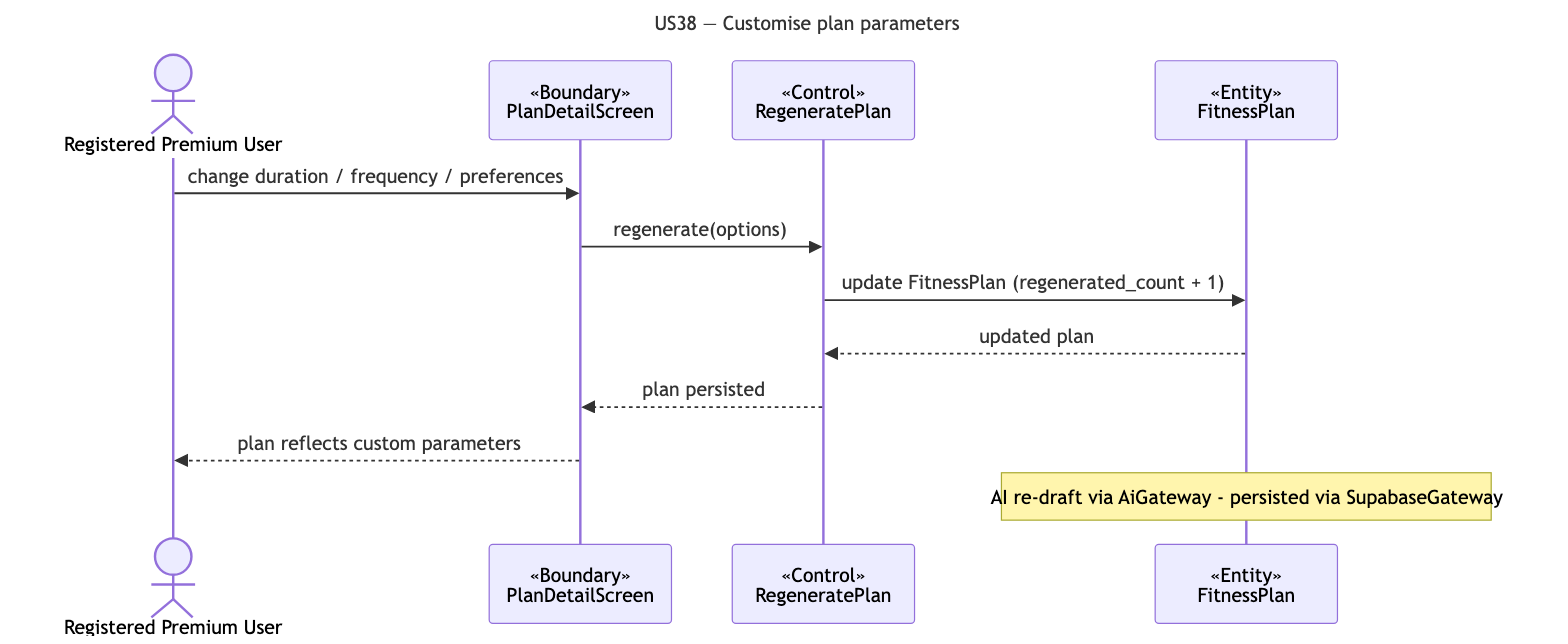
This is docs/deliverables/sequence-diagrams/US38-customise-plan.png from cyuanjun/FYP-26-S2-37-app, a Mermaid export, as it was before one commit. Its source is kept beside it as docs/deliverables/sequence-diagrams/src/US38-customise-plan.mmd.
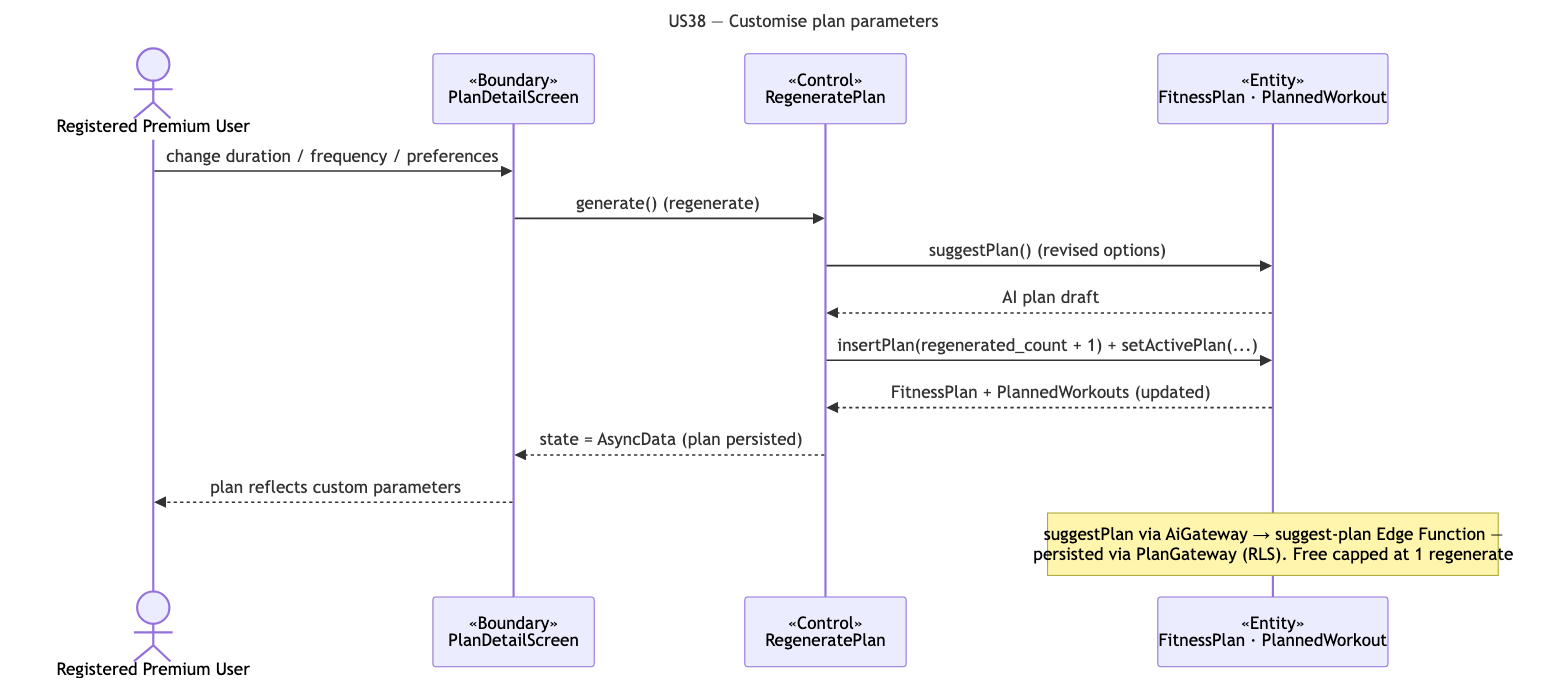
The same file after the commit.

The edit, as a diff of the source:
```diff
@@ -5,11 +5,13 @@
   actor A as Registered Premium User
   participant B as «Boundary»<br/>PlanDetailScreen
   participant C as «Control»<br/>RegeneratePlan
-  participant E as «Entity»<br/>FitnessPlan
+  participant E as «Entity»<br/>FitnessPlan · PlannedWorkout
   A->>B: change duration / frequency / preferences
-  B->>C: regenerate(options)
-  C->>E: update FitnessPlan (regenerated_count + 1)
-  E-->>C: updated plan
-  C-->>B: plan persisted
+  B->>C: generate() (regenerate)
+  C->>E: suggestPlan() (revised options)
+  E-->>C: AI plan draft
+  C->>E: insertPlan(regenerated_count + 1) + setActivePlan(...)
+  E-->>C: FitnessPlan + PlannedWorkouts (updated)
+  C-->>B: state = AsyncData (plan persisted)
   B-->>A: plan reflects custom parameters
-  note over E: AI re-draft via AiGateway - persisted via SupabaseGateway
+  note over E: suggestPlan via AiGateway → suggest-plan Edge Function —<br/>persisted via PlanGateway (RLS). Free capped at 1 regenerate
```
